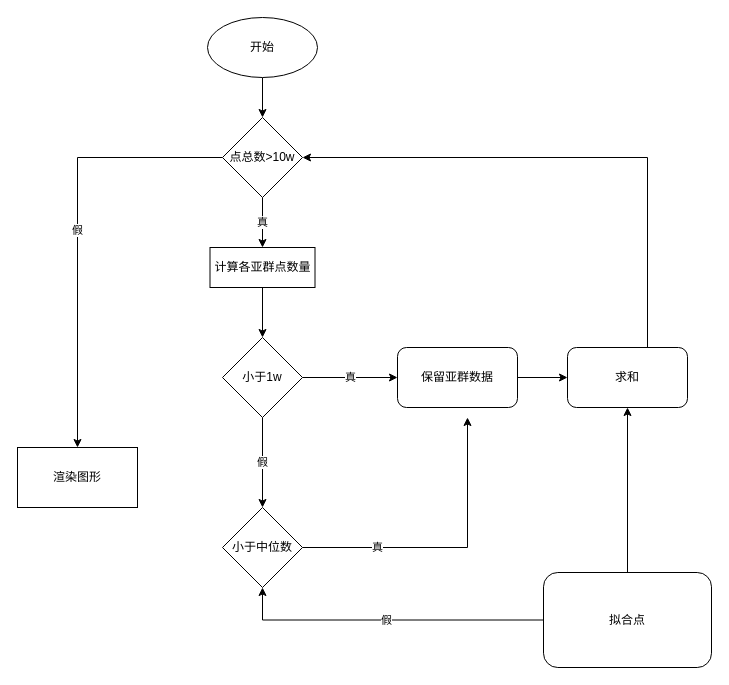
allizewell/testing keeps this draw.io diagram as Untitled Diagram.drawio. Above is the earlier version. Source tidied: cells renumbered, new cells numbered last; positions are measured from the earlier drawing's top-left corner, leaving out a move shared by most shapes. Both pictures are drawn from the tidied source at 100%, with x=0, y=0 at pixel (17, 17).
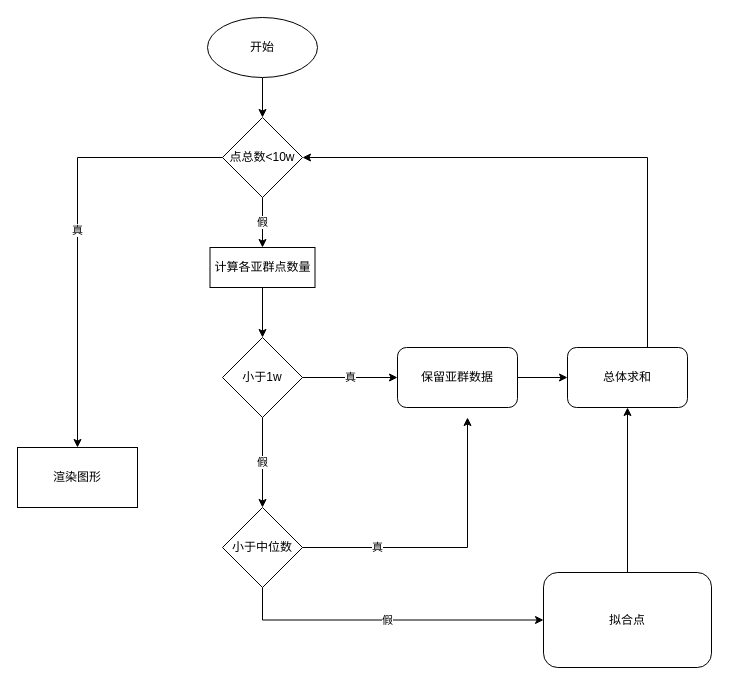
The same diagram, later.

Unchanged cells that the change refers to:
```xml
<mxCell id="7" value="渲染图形" style="rounded=0;whiteSpace=wrap;html=1;" parent="1" vertex="1">
  <mxGeometry y="430" width="120" height="60" as="geometry" />
</mxCell>
<mxCell id="9" value="计算各亚群点数量" style="whiteSpace=wrap;html=1;" parent="1" vertex="1">
  <mxGeometry x="192.5" y="230" width="105" height="40" as="geometry" />
</mxCell>
<mxCell id="15" value="拟合点" style="rounded=1;whiteSpace=wrap;html=1;" parent="1" vertex="1">
  <mxGeometry x="526" y="555" width="168" height="95" as="geometry" />
</mxCell>
<mxCell id="17" value="小于中位数" style="rhombus;whiteSpace=wrap;html=1;" parent="1" vertex="1">
  <mxGeometry x="205" y="490" width="80" height="80" as="geometry" />
</mxCell>
```

Diff of the diagram source:
```diff
@@
-    <mxCell id="4" value="真" style="edgeStyle=orthogonalEdgeStyle;rounded=0;jettySize=auto;html=1;" parent="1" edge="1" source="6" target="9">
+    <mxCell id="4" value="假" style="edgeStyle=orthogonalEdgeStyle;rounded=0;jettySize=auto;html=1;" parent="1" edge="1" source="6" target="9">
       <mxGeometry relative="1" as="geometry">
         <Array as="points">
           <mxPoint x="245" y="210" />
           <mxPoint x="245" y="210" />
         </Array>
       </mxGeometry>
     </mxCell>
-    <mxCell id="5" value="假" style="edgeStyle=orthogonalEdgeStyle;rounded=0;jettySize=auto;html=1;entryX=0.5;entryY=0;entryDx=0;entryDy=0;" parent="1" edge="1" source="6" target="7">
+    <mxCell id="5" value="真" style="edgeStyle=orthogonalEdgeStyle;rounded=0;jettySize=auto;html=1;entryX=0.5;entryY=0;entryDx=0;entryDy=0;" parent="1" edge="1" source="6" target="7">
       <mxGeometry relative="1" as="geometry" />
     </mxCell>
-    <mxCell id="6" value="点总数&amp;gt;10w" style="rhombus;whiteSpace=wrap;html=1;" parent="1" vertex="1">
+    <mxCell id="6" value="点总数&amp;lt;10w" style="rhombus;whiteSpace=wrap;html=1;" parent="1" vertex="1">
       <mxGeometry x="205" y="100" width="80" height="80" as="geometry" />
     </mxCell>
@@
-    <mxCell id="14" value="假" style="edgeStyle=orthogonalEdgeStyle;rounded=0;jettySize=auto;html=1;entryX=0.5;entryY=1;entryDx=0;entryDy=0;" parent="1" edge="1" source="15" target="17">
-      <mxGeometry relative="1" as="geometry" />
-    </mxCell>
@@
+    <mxCell id="14" value="假" style="edgeStyle=orthogonalEdgeStyle;rounded=0;jettySize=auto;html=1;exitX=0.5;exitY=1;exitDx=0;exitDy=0;" parent="1" edge="1" source="17" target="15">
+      <mxGeometry relative="1" as="geometry" />
+    </mxCell>
@@
-    <mxCell id="21" value="求和" style="rounded=1;whiteSpace=wrap;html=1;" parent="1" vertex="1">
+    <mxCell id="21" value="总体求和" style="rounded=1;whiteSpace=wrap;html=1;" parent="1" vertex="1">
       <mxGeometry x="550" y="330" width="120" height="60" as="geometry" />
     </mxCell>
```
